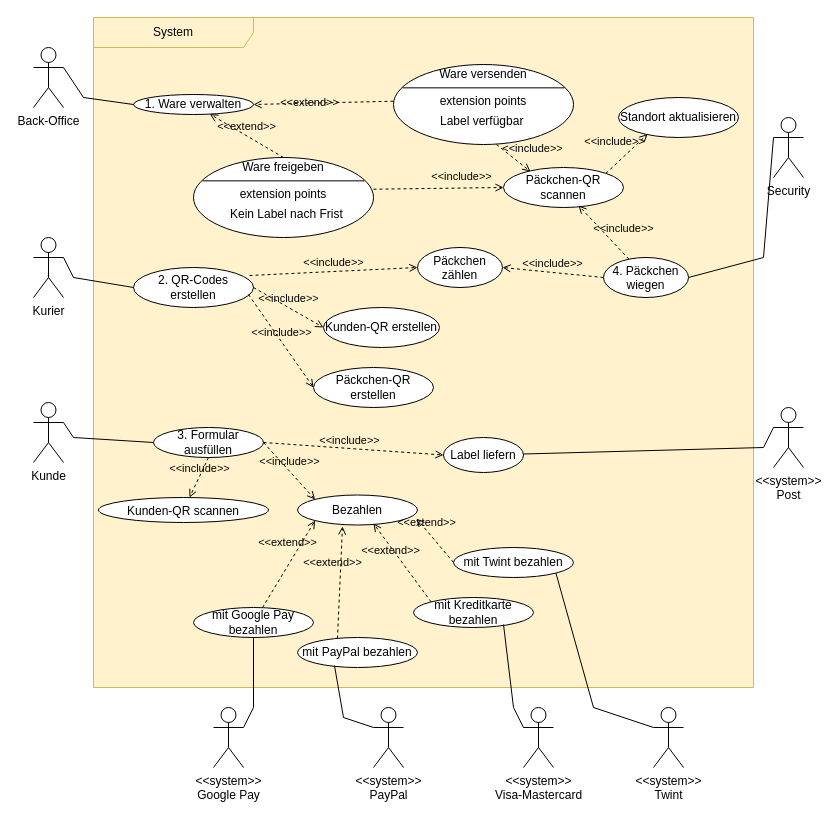
This is lb_use-case-big.drawio from ferreric/ffhs_swem, a draw.io file, before an edit. Source tidied: cells renumbered, new cells numbered last; positions are measured from the earlier drawing's top-left corner, leaving out a move shared by most shapes. Both pictures are drawn from the tidied source at 100%, with x=0, y=0 at pixel (33, 17).
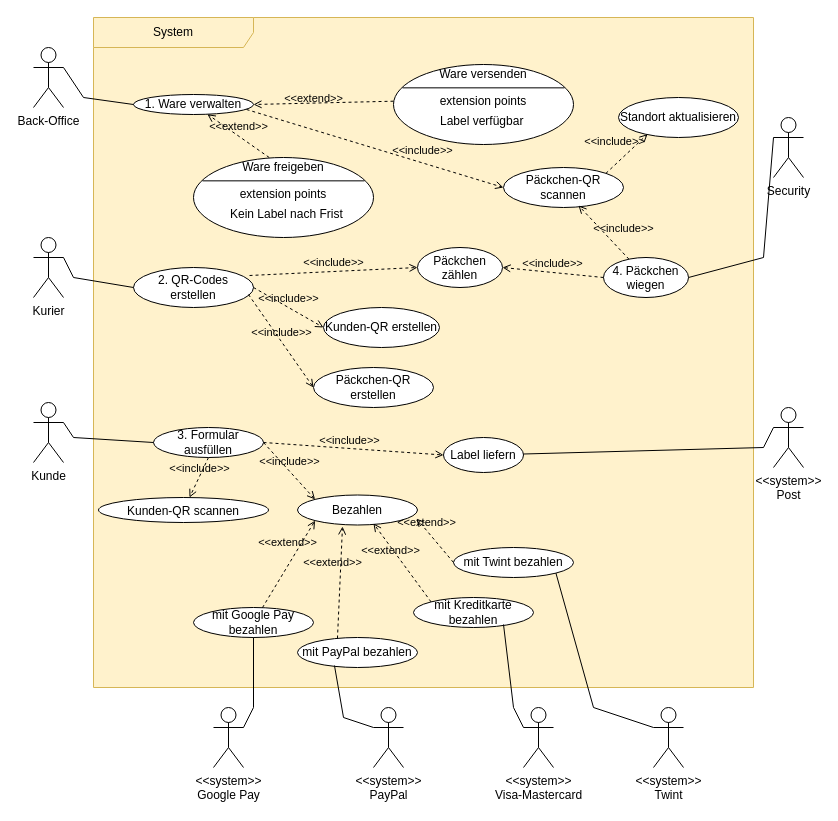
The same diagram, later.

Commit message:
lb_use-case-big.drawio uc 1 include gefixt

The change refers to these unchanged cells:
```xml
<mxCell id="2" value="System" style="shape=umlFrame;whiteSpace=wrap;html=1;width=160;fillStyle=auto;fillColor=#fff2cc;strokeColor=#d6b656;noLabel=0;gradientColor=none;swimlaneFillColor=#FFF2CC;" parent="1" vertex="1">
  <mxGeometry x="60" width="660" height="670" as="geometry" />
</mxCell>
<mxCell id="11" value="1. Ware verwalten" style="ellipse;whiteSpace=wrap;html=1;" parent="2" vertex="1">
  <mxGeometry x="40" y="77" width="120" height="20" as="geometry" />
</mxCell>
<mxCell id="13" value="Ware freigeben" style="html=1;strokeColor=none;fillColor=none;align=center;verticalAlign=middle;whiteSpace=wrap;" parent="12" vertex="1">
  <mxGeometry width="180" height="20" as="geometry" />
</mxCell>
<mxCell id="15" value="extension points" style="text;html=1;align=center;verticalAlign=middle;fillColor=none;strokeColor=none;whiteSpace=wrap;" parent="12" vertex="1">
  <mxGeometry y="26.7" width="180" height="20" as="geometry" />
</mxCell>
<mxCell id="19" value="Päckchen-QR scannen" style="ellipse;whiteSpace=wrap;html=1;" parent="2" vertex="1">
  <mxGeometry x="410" y="150" width="120" height="40" as="geometry" />
</mxCell>
<mxCell id="48" style="shape=ellipse;horizontal=1;html=1;dashed=0;" parent="1" vertex="1">
  <mxGeometry x="360" y="47" width="180" height="80" as="geometry" />
</mxCell>
<mxCell id="51" value="extension points" style="text;html=1;align=center;verticalAlign=middle;fillColor=none;strokeColor=none;whiteSpace=wrap;" parent="48" vertex="1">
  <mxGeometry y="26.7" width="180" height="20" as="geometry" />
</mxCell>
```

The edit, as a diff of the source:
```diff
@@
-    <mxCell id="18" value="&amp;lt;&amp;lt;extend&amp;gt;&amp;gt;" style="html=1;verticalAlign=bottom;labelBackgroundColor=none;endArrow=open;endFill=0;dashed=1;rounded=0;exitX=0.5;exitY=0;exitDx=0;exitDy=0;" parent="2" edge="1" source="13" target="11">
+    <mxCell id="18" value="&amp;lt;&amp;lt;extend&amp;gt;&amp;gt;" style="html=1;verticalAlign=bottom;labelBackgroundColor=none;endArrow=open;endFill=0;dashed=1;rounded=0;" parent="2" edge="1" source="13" target="11">
       <mxGeometry relative="1" as="geometry" />
     </mxCell>
@@
-    <mxCell id="21" value="&amp;lt;&amp;lt;include&amp;gt;&amp;gt;" style="html=1;verticalAlign=bottom;labelBackgroundColor=none;endArrow=open;endFill=0;dashed=1;rounded=0;entryX=0;entryY=0.5;entryDx=0;entryDy=0;exitX=1;exitY=0.25;exitDx=0;exitDy=0;" parent="2" edge="1" source="15" target="19">
+    <mxCell id="21" value="&amp;lt;&amp;lt;include&amp;gt;&amp;gt;" style="html=1;verticalAlign=bottom;labelBackgroundColor=none;endArrow=open;endFill=0;dashed=1;rounded=0;entryX=0;entryY=0.5;entryDx=0;entryDy=0;exitX=0.942;exitY=0.75;exitDx=0;exitDy=0;exitPerimeter=0;" parent="2" edge="1" source="11" target="19">
       <mxGeometry x="0.36" y="3" relative="1" as="geometry" />
     </mxCell>
@@
     <mxCell id="53" value="&amp;lt;&amp;lt;extend&amp;gt;&amp;gt;" style="html=1;verticalAlign=bottom;labelBackgroundColor=none;endArrow=open;endFill=0;dashed=1;rounded=0;exitX=0;exitY=0.5;exitDx=0;exitDy=0;entryX=1;entryY=0.5;entryDx=0;entryDy=0;" parent="1" edge="1" source="51" target="11">
-      <mxGeometry x="0.2" y="8" relative="1" as="geometry" />
+      <mxGeometry x="0.14" y="4" relative="1" as="geometry" />
     </mxCell>
-    <mxCell id="54" value="&amp;lt;&amp;lt;include&amp;gt;&amp;gt;" style="html=1;verticalAlign=bottom;labelBackgroundColor=none;endArrow=open;endFill=0;dashed=1;rounded=0;entryX=0.225;entryY=0.1;entryDx=0;entryDy=0;exitX=0.572;exitY=1;exitDx=0;exitDy=0;exitPerimeter=0;entryPerimeter=0;" parent="1" edge="1" source="48" target="19">
-      <mxGeometry x="0.68" y="12" relative="1" as="geometry" />
-    </mxCell>
```
